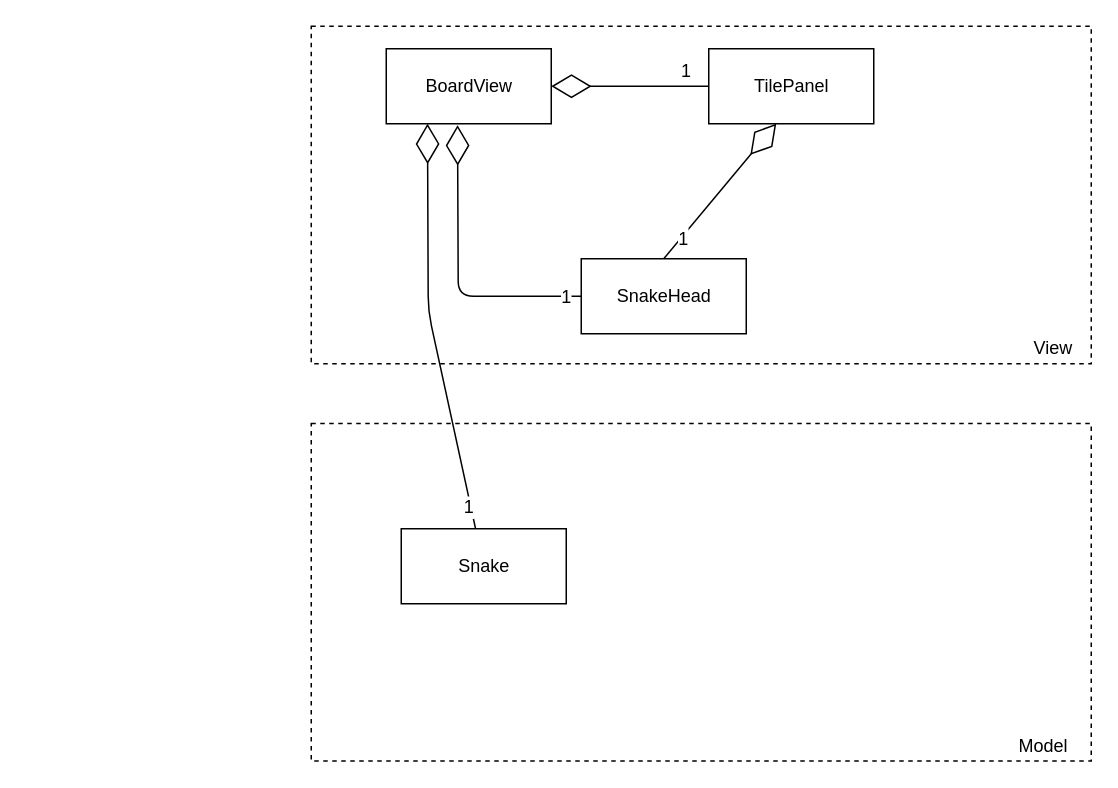
Before: Snake/diagrams/snake_class_diagram.drawio in isel-leic-poo/19-20-2-LI23D, a draw.io diagram. Source tidied: cells renumbered, new cells numbered last; positions are measured from the earlier drawing's top-left corner, leaving out a move shared by most shapes. Both pictures are drawn from the tidied source at 150%, with x=0, y=0 at pixel (310, 26).
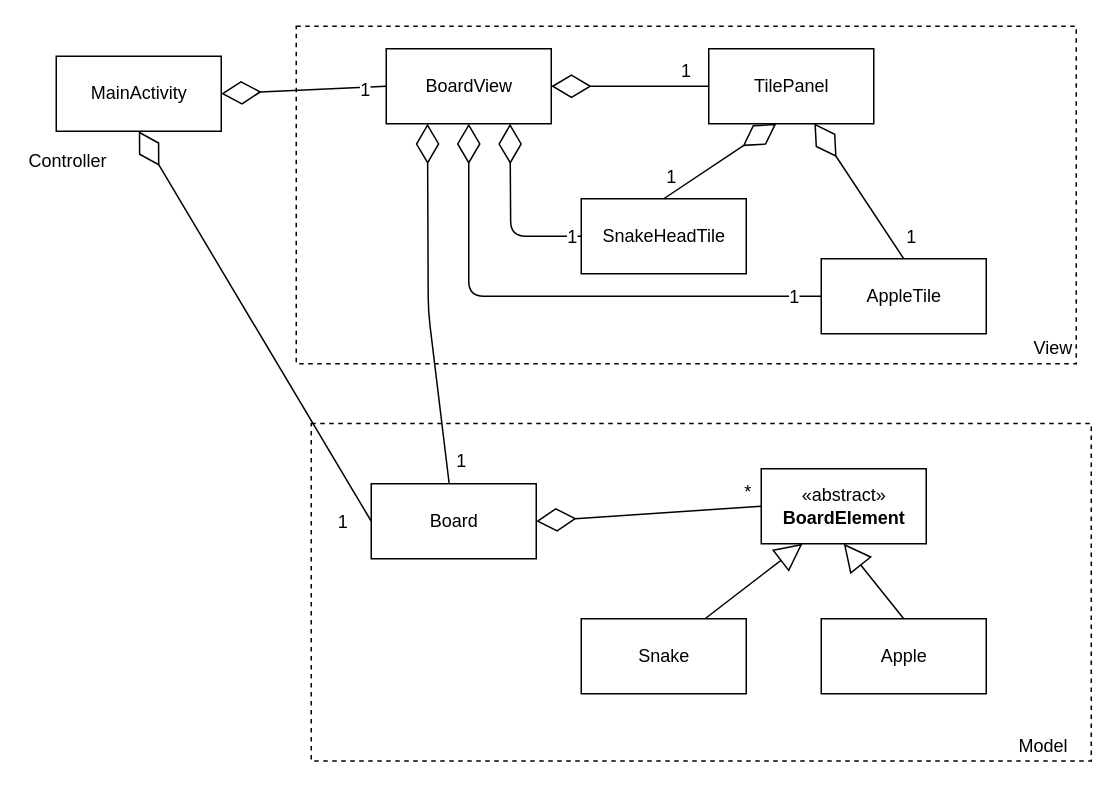
After the change.

Unchanged cells that the change refers to:
```xml
<mxCell id="6" value="BoardView" style="html=1;" parent="1" vertex="1">
  <mxGeometry x="50" y="15" width="110" height="50" as="geometry" />
</mxCell>
<mxCell id="7" value="TilePanel" style="html=1;" parent="1" vertex="1">
  <mxGeometry x="265" y="15" width="110" height="50" as="geometry" />
</mxCell>
<mxCell id="12" style="endArrow=diamondThin;endFill=0;endSize=24;html=1;entryX=1;entryY=0.5;entryDx=0;entryDy=0;exitX=0.5;exitY=0;exitDx=0;exitDy=0;" parent="1" edge="1" source="4">
  <mxGeometry relative="1" as="geometry">
    <mxPoint x="310" y="65" as="targetPoint" />
  </mxGeometry>
</mxCell>
```

What changed in the source:
```diff
@@
     <mxCell id="3" style="rounded=0;whiteSpace=wrap;html=1;dashed=1;" parent="1" vertex="1">
-      <mxGeometry width="520" height="225" as="geometry" />
+      <mxGeometry x="-10" width="520" height="225" as="geometry" />
     </mxCell>
-    <mxCell id="4" value="SnakeHead" style="html=1;" parent="1" vertex="1">
-      <mxGeometry x="180" y="155" width="110" height="50" as="geometry" />
+    <mxCell id="4" value="SnakeHeadTile" style="html=1;" parent="1" vertex="1">
+      <mxGeometry x="180" y="115" width="110" height="50" as="geometry" />
     </mxCell>
     <mxCell id="5" value="Snake" style="html=1;" parent="1" vertex="1">
-      <mxGeometry x="60" y="335" width="110" height="50" as="geometry" />
+      <mxGeometry x="180" y="395" width="110" height="50" as="geometry" />
     </mxCell>
@@
-    <mxCell id="10" style="endArrow=diamondThin;endFill=0;endSize=24;html=1;entryX=0.432;entryY=1.02;entryDx=0;entryDy=0;exitX=0;exitY=0.5;exitDx=0;exitDy=0;entryPerimeter=0;" parent="1" edge="1" source="4" target="6">
+    <mxCell id="10" style="endArrow=diamondThin;endFill=0;endSize=24;html=1;entryX=0.75;entryY=1;entryDx=0;entryDy=0;exitX=0;exitY=0.5;exitDx=0;exitDy=0;" parent="1" edge="1" source="4" target="6">
       <mxGeometry relative="1" as="geometry">
         <Array as="points">
-          <mxPoint x="98" y="180" />
+          <mxPoint x="133" y="140" />
         </Array>
       </mxGeometry>
     </mxCell>
@@
     <mxCell id="13" value="1" style="text;html=1;align=center;verticalAlign=middle;labelBackgroundColor=#ffffff;" parent="12" vertex="1">
-      <mxGeometry x="-0.68" y="-1" relative="1" as="geometry" />
+      <mxGeometry x="-0.68" y="-1" relative="1" as="geometry">
+        <mxPoint x="-7.5" y="-8" as="offset" />
+      </mxGeometry>
     </mxCell>
@@
-    <mxCell id="15" style="endArrow=diamondThin;endFill=0;endSize=24;html=1;entryX=0.25;entryY=1;entryDx=0;entryDy=0;" parent="1" edge="1" source="5" target="6">
+    <mxCell id="15" style="endArrow=diamondThin;endFill=0;endSize=24;html=1;entryX=0.25;entryY=1;entryDx=0;entryDy=0;" parent="1" edge="1" source="27" target="6">
       <mxGeometry relative="1" as="geometry">
         <Array as="points">
           <mxPoint x="78" y="190" />
         </Array>
       </mxGeometry>
     </mxCell>
     <mxCell id="16" value="1" style="text;html=1;align=center;verticalAlign=middle;labelBackgroundColor=#ffffff;" parent="15" vertex="1">
-      <mxGeometry x="-0.89" y="2" relative="1" as="geometry" />
+      <mxGeometry x="-0.89" y="2" relative="1" as="geometry">
+        <mxPoint x="11.5" y="-3" as="offset" />
+      </mxGeometry>
     </mxCell>
@@
+    <mxCell id="18" value="Apple" style="html=1;" parent="1" vertex="1">
+      <mxGeometry x="340" y="395" width="110" height="50" as="geometry" />
+    </mxCell>
+    <mxCell id="19" value="AppleTile" style="html=1;" parent="1" vertex="1">
+      <mxGeometry x="340" y="155" width="110" height="50" as="geometry" />
+    </mxCell>
+    <mxCell id="20" style="endArrow=diamondThin;endFill=0;endSize=24;html=1;entryX=0.64;entryY=0.996;entryDx=0;entryDy=0;exitX=0.5;exitY=0;exitDx=0;exitDy=0;entryPerimeter=0;" parent="1" edge="1" source="19" target="7">
+      <mxGeometry relative="1" as="geometry" />
+    </mxCell>
+    <mxCell id="21" value="1" style="text;html=1;align=center;verticalAlign=middle;labelBackgroundColor=#ffffff;" parent="20" vertex="1">
+      <mxGeometry x="-0.68" y="-1" relative="1" as="geometry">
+        <mxPoint x="13.5" as="offset" />
+      </mxGeometry>
+    </mxCell>
+    <mxCell id="22" style="endArrow=diamondThin;endFill=0;endSize=24;html=1;entryX=0.75;entryY=1;entryDx=0;entryDy=0;exitX=0;exitY=0.5;exitDx=0;exitDy=0;" parent="1" edge="1" source="19">
+      <mxGeometry relative="1" as="geometry">
+        <mxPoint x="105" y="65" as="targetPoint" />
+        <Array as="points">
+          <mxPoint x="105" y="180" />
+        </Array>
+      </mxGeometry>
+    </mxCell>
+    <mxCell id="23" value="1" style="text;html=1;align=center;verticalAlign=middle;labelBackgroundColor=#ffffff;" parent="22" vertex="1">
+      <mxGeometry x="-0.89" relative="1" as="geometry" />
+    </mxCell>
+    <mxCell id="24" style="endArrow=block;endSize=16;endFill=0;html=1;entryX=0.25;entryY=1;entryDx=0;entryDy=0;exitX=0.75;exitY=0;exitDx=0;exitDy=0;" parent="1" edge="1" source="5" target="26">
+      <mxGeometry relative="1" as="geometry" />
+    </mxCell>
+    <mxCell id="25" style="endArrow=block;endSize=16;endFill=0;html=1;entryX=0.5;entryY=1;entryDx=0;entryDy=0;exitX=0.5;exitY=0;exitDx=0;exitDy=0;" parent="1" edge="1" source="18" target="26">
+      <mxGeometry relative="1" as="geometry" />
+    </mxCell>
+    <mxCell id="26" value="«abstract»&lt;br&gt;&lt;b&gt;BoardElement&lt;/b&gt;" style="html=1;" parent="1" vertex="1">
+      <mxGeometry x="300" y="295" width="110" height="50" as="geometry" />
+    </mxCell>
+    <mxCell id="27" value="Board" style="html=1;" parent="1" vertex="1">
+      <mxGeometry x="40" y="305" width="110" height="50" as="geometry" />
+    </mxCell>
+    <mxCell id="28" style="endArrow=diamondThin;endFill=0;endSize=24;html=1;entryX=1;entryY=0.5;entryDx=0;entryDy=0;exitX=0;exitY=0.5;exitDx=0;exitDy=0;" parent="1" edge="1" source="26" target="27">
+      <mxGeometry relative="1" as="geometry" />
+    </mxCell>
+    <mxCell id="29" value="*" style="text;html=1;align=center;verticalAlign=middle;labelBackgroundColor=#ffffff;" parent="28" vertex="1">
+      <mxGeometry x="-0.77" y="2" relative="1" as="geometry">
+        <mxPoint x="7" y="-13" as="offset" />
+      </mxGeometry>
+    </mxCell>
+    <mxCell id="30" value="MainActivity" style="html=1;" parent="1" vertex="1">
+      <mxGeometry x="-170" y="20" width="110" height="50" as="geometry" />
+    </mxCell>
+    <mxCell id="31" value="Controller" style="text;html=1;align=left;verticalAlign=top;spacingTop=-4;" parent="1" vertex="1">
+      <mxGeometry x="-190" y="80" width="70" height="20" as="geometry" />
+    </mxCell>
+    <mxCell id="32" style="endArrow=diamondThin;endFill=0;endSize=24;html=1;entryX=1;entryY=0.5;entryDx=0;entryDy=0;exitX=0;exitY=0.5;exitDx=0;exitDy=0;" parent="1" edge="1" source="6" target="30">
+      <mxGeometry relative="1" as="geometry" />
+    </mxCell>
+    <mxCell id="33" value="1" style="text;html=1;align=center;verticalAlign=middle;labelBackgroundColor=#ffffff;" parent="32" vertex="1">
+      <mxGeometry x="-0.73" y="2" relative="1" as="geometry" />
+    </mxCell>
+    <mxCell id="34" style="endArrow=diamondThin;endFill=0;endSize=24;html=1;entryX=0.5;entryY=1;entryDx=0;entryDy=0;exitX=0;exitY=0.5;exitDx=0;exitDy=0;" parent="1" edge="1" source="27" target="30">
+      <mxGeometry relative="1" as="geometry" />
+    </mxCell>
+    <mxCell id="35" value="1" style="text;html=1;align=center;verticalAlign=middle;labelBackgroundColor=#ffffff;" parent="34" vertex="1">
+      <mxGeometry x="-0.86" y="1" relative="1" as="geometry">
+        <mxPoint x="-8" y="18" as="offset" />
+      </mxGeometry>
+    </mxCell>
```
